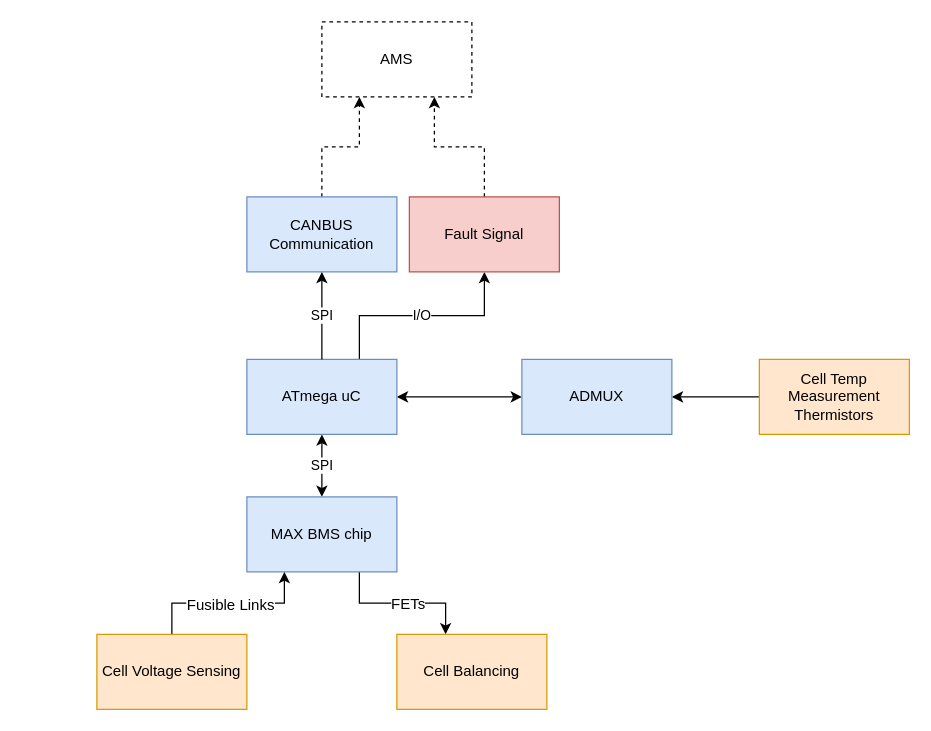
The draw.io diagram System Diagram.drawio in BSimmonds/QUTMS_BMS_V2-1, before the edit. Source tidied: cells renumbered, new cells numbered last; positions are measured from the earlier drawing's top-left corner, leaving out a move shared by most shapes. Both pictures are drawn from the tidied source at 125%, with x=0, y=0 at pixel (96, 21).
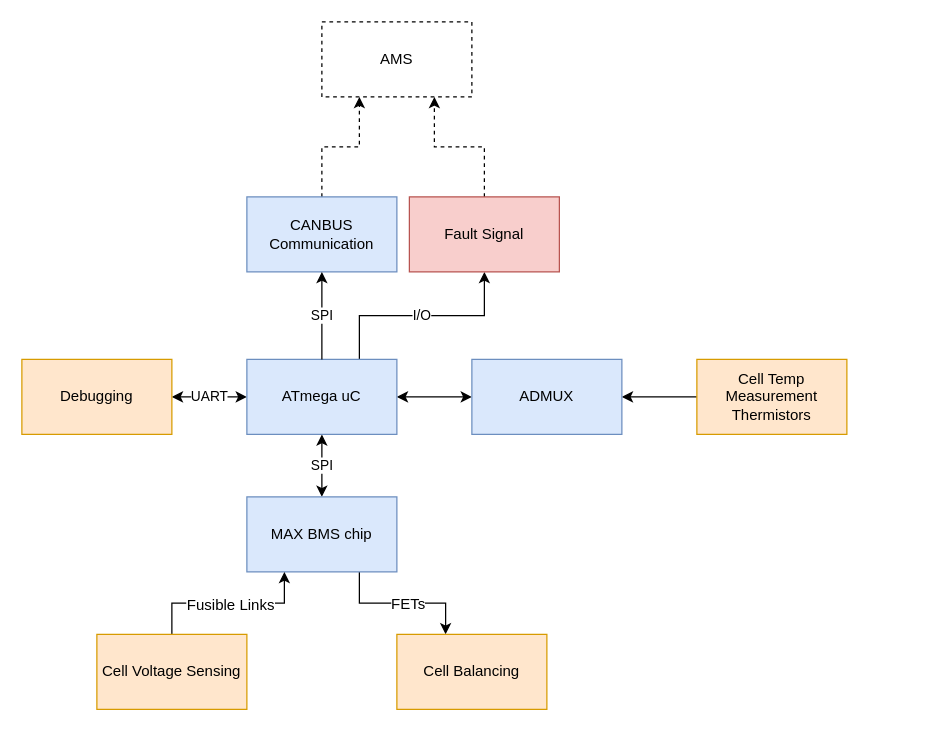
Above is the later version.

The change refers to these unchanged cells:
```xml
<mxCell id="5" value="ATmega uC" style="rounded=0;whiteSpace=wrap;html=1;fillColor=#dae8fc;strokeColor=#6c8ebf;" parent="1" vertex="1">
  <mxGeometry x="120" y="270" width="120" height="60" as="geometry" />
</mxCell>
```

Change to the diagram source:
```diff
@@
+    <mxCell id="22" value="UART" style="edgeStyle=orthogonalEdgeStyle;rounded=0;jettySize=auto;html=1;exitX=0;exitY=0.5;exitDx=0;exitDy=0;entryX=1;entryY=0.5;entryDx=0;entryDy=0;startArrow=classic;startFill=1;" parent="1" edge="1" source="5" target="23">
+      <mxGeometry relative="1" as="geometry" />
+    </mxCell>
@@
     <mxCell id="14" value="Cell Temp&lt;br&gt;Measurement Thermistors" style="rounded=0;whiteSpace=wrap;html=1;fillColor=#ffe6cc;strokeColor=#d79b00;" parent="1" vertex="1">
-      <mxGeometry x="530" y="270" width="120" height="60" as="geometry" />
+      <mxGeometry x="480" y="270" width="120" height="60" as="geometry" />
     </mxCell>
@@
     <mxCell id="19" value="ADMUX" style="rounded=0;whiteSpace=wrap;html=1;fillColor=#dae8fc;strokeColor=#6c8ebf;" parent="1" vertex="1">
-      <mxGeometry x="340" y="270" width="120" height="60" as="geometry" />
+      <mxGeometry x="300" y="270" width="120" height="60" as="geometry" />
     </mxCell>
@@
+    <mxCell id="23" value="Debugging" style="rounded=0;whiteSpace=wrap;html=1;fillColor=#ffe6cc;strokeColor=#d79b00;" parent="1" vertex="1">
+      <mxGeometry x="-60" y="270" width="120" height="60" as="geometry" />
+    </mxCell>
```
